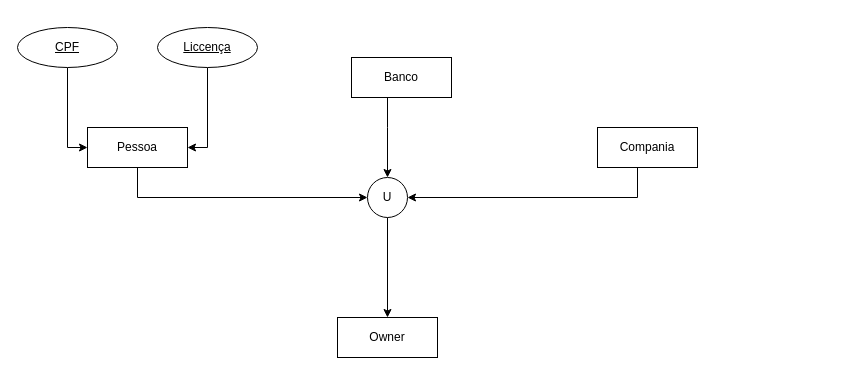
Above: Diagrama sem nome.drawio in Vicente-Paulo/projeto-conceitual-de-banco-de-dados (draw.io), before the change. Source tidied: cells renumbered, new cells numbered last; positions are measured from the earlier drawing's top-left corner, leaving out a move shared by most shapes. Both pictures are drawn from the tidied source at 100%, with x=0, y=0 at pixel (17, 27).
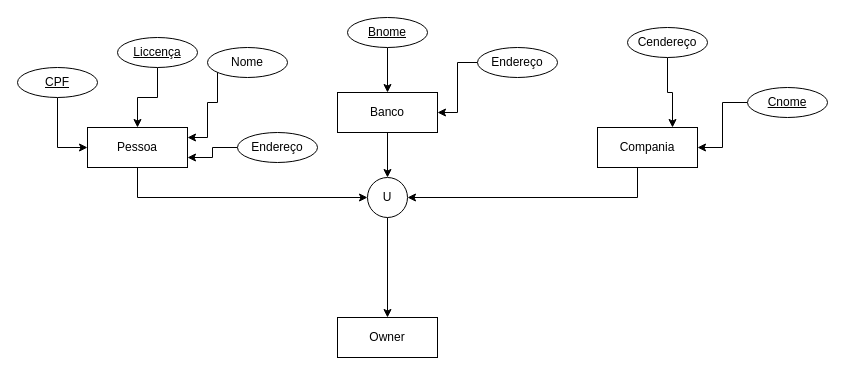
The same page after the edit.

The change refers to these unchanged cells:
```xml
<mxCell id="3" value="Pessoa" style="whiteSpace=wrap;html=1;align=center;" parent="1" vertex="1">
  <mxGeometry x="70" y="100" width="100" height="40" as="geometry" />
</mxCell>
<mxCell id="7" value="Compania" style="whiteSpace=wrap;html=1;align=center;" parent="1" vertex="1">
  <mxGeometry x="580" y="100" width="100" height="40" as="geometry" />
</mxCell>
```

The edit, as a diff of the source:
```diff
@@
     <mxCell id="5" value="Banco" style="whiteSpace=wrap;html=1;align=center;" parent="1" vertex="1">
-      <mxGeometry x="334" y="30" width="100" height="40" as="geometry" />
+      <mxGeometry x="320" y="65" width="100" height="40" as="geometry" />
     </mxCell>
@@
-    <mxCell id="11" style="edgeStyle=orthogonalEdgeStyle;rounded=0;jettySize=auto;html=1;entryX=1;entryY=0.5;entryDx=0;entryDy=0;" parent="1" edge="1" source="12" target="3">
+    <mxCell id="11" style="edgeStyle=orthogonalEdgeStyle;rounded=0;jettySize=auto;html=1;" parent="1" edge="1" source="12" target="3">
       <mxGeometry relative="1" as="geometry" />
     </mxCell>
     <mxCell id="12" value="Liccença" style="ellipse;whiteSpace=wrap;html=1;align=center;fontStyle=4;" parent="1" vertex="1">
-      <mxGeometry x="140" width="100" height="40" as="geometry" />
+      <mxGeometry x="100" y="10" width="80" height="30" as="geometry" />
     </mxCell>
@@
     <mxCell id="14" value="CPF" style="ellipse;whiteSpace=wrap;html=1;align=center;fontStyle=4;" parent="1" vertex="1">
-      <mxGeometry width="100" height="40" as="geometry" />
+      <mxGeometry y="40" width="80" height="30" as="geometry" />
     </mxCell>
+    <mxCell id="15" style="edgeStyle=orthogonalEdgeStyle;rounded=0;jettySize=auto;html=1;entryX=1;entryY=0.75;entryDx=0;entryDy=0;" parent="1" edge="1" source="16" target="3">
+      <mxGeometry relative="1" as="geometry" />
+    </mxCell>
+    <mxCell id="16" value="Endereço" style="ellipse;whiteSpace=wrap;html=1;align=center;" parent="1" vertex="1">
+      <mxGeometry x="220" y="105" width="80" height="30" as="geometry" />
+    </mxCell>
+    <mxCell id="17" style="edgeStyle=orthogonalEdgeStyle;rounded=0;jettySize=auto;html=1;entryX=1;entryY=0.25;entryDx=0;entryDy=0;" parent="1" edge="1" source="18" target="3">
+      <mxGeometry relative="1" as="geometry">
+        <Array as="points">
+          <mxPoint x="200" y="75" />
+          <mxPoint x="190" y="75" />
+          <mxPoint x="190" y="110" />
+        </Array>
+      </mxGeometry>
+    </mxCell>
+    <mxCell id="18" value="Nome&lt;br&gt;" style="ellipse;whiteSpace=wrap;html=1;align=center;" parent="1" vertex="1">
+      <mxGeometry x="190" y="20" width="80" height="30" as="geometry" />
+    </mxCell>
+    <mxCell id="19" style="edgeStyle=orthogonalEdgeStyle;rounded=0;jettySize=auto;html=1;entryX=1;entryY=0.5;entryDx=0;entryDy=0;" parent="1" edge="1" source="20" target="5">
+      <mxGeometry relative="1" as="geometry" />
+    </mxCell>
+    <mxCell id="20" value="Endereço" style="ellipse;whiteSpace=wrap;html=1;align=center;" parent="1" vertex="1">
+      <mxGeometry x="460" y="20" width="80" height="30" as="geometry" />
+    </mxCell>
+    <mxCell id="21" style="edgeStyle=orthogonalEdgeStyle;rounded=0;jettySize=auto;html=1;entryX=0.5;entryY=0;entryDx=0;entryDy=0;" parent="1" edge="1" source="22" target="5">
+      <mxGeometry relative="1" as="geometry" />
+    </mxCell>
+    <mxCell id="22" value="Bnome" style="ellipse;whiteSpace=wrap;html=1;align=center;fontStyle=4;" parent="1" vertex="1">
+      <mxGeometry x="330" y="-10" width="80" height="30" as="geometry" />
+    </mxCell>
+    <mxCell id="23" style="edgeStyle=orthogonalEdgeStyle;rounded=0;jettySize=auto;html=1;entryX=1;entryY=0.5;entryDx=0;entryDy=0;" parent="1" edge="1" source="24" target="7">
+      <mxGeometry relative="1" as="geometry" />
+    </mxCell>
+    <mxCell id="24" value="Cnome" style="ellipse;whiteSpace=wrap;html=1;align=center;fontStyle=4;" parent="1" vertex="1">
+      <mxGeometry x="730" y="60" width="80" height="30" as="geometry" />
+    </mxCell>
+    <mxCell id="25" style="edgeStyle=orthogonalEdgeStyle;rounded=0;jettySize=auto;html=1;entryX=0.75;entryY=0;entryDx=0;entryDy=0;" parent="1" edge="1" source="26" target="7">
+      <mxGeometry relative="1" as="geometry" />
+    </mxCell>
+    <mxCell id="26" value="Cendereço" style="ellipse;whiteSpace=wrap;html=1;align=center;" parent="1" vertex="1">
+      <mxGeometry x="610" width="80" height="30" as="geometry" />
+    </mxCell>
```
